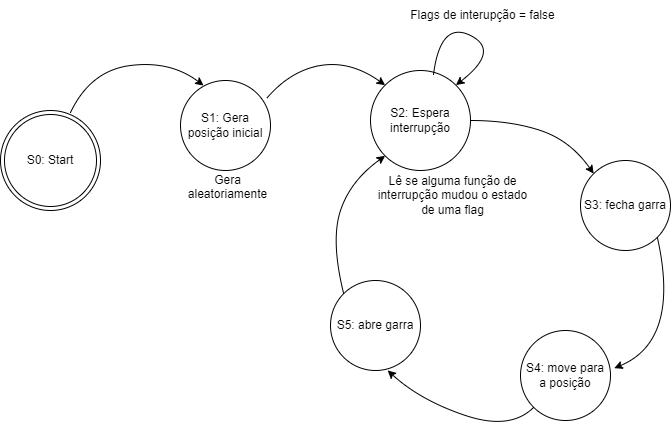
Earlier version of the draw.io export dte.png (DeivisonLuan/Robo-garra). Source tidied: cells renumbered, new cells last; positions are measured from the earlier drawing's top-left corner, leaving out a move shared by most shapes.
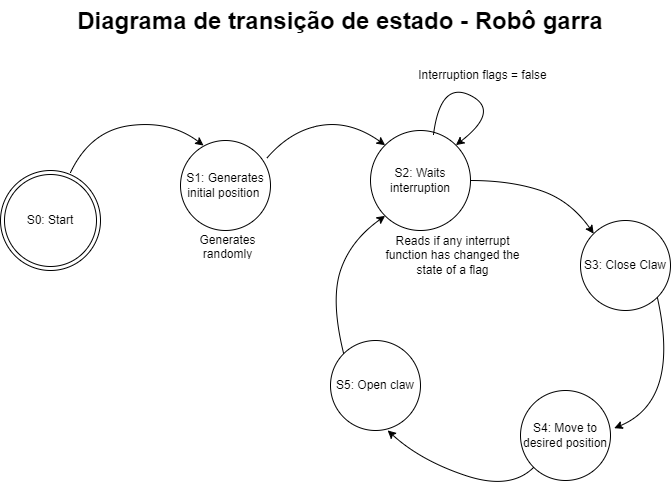
Above is the later version.

Change to the diagram source:
```diff
@@ -5,19 +5,19 @@
     <mxCell id="2" value="S0: Start" style="ellipse;shape=doubleEllipse;whiteSpace=wrap;html=1;direction=south;" parent="1" vertex="1">
       <mxGeometry y="110" width="100" height="100" as="geometry" />
     </mxCell>
-    <mxCell id="3" value="S1: Gera posição inicial" style="ellipse;whiteSpace=wrap;html=1;" parent="1" vertex="1">
+    <mxCell id="3" value="S1: Generates initial position&amp;nbsp;" style="ellipse;whiteSpace=wrap;html=1;" parent="1" vertex="1">
       <mxGeometry x="180" y="80" width="90" height="90" as="geometry" />
     </mxCell>
-    <mxCell id="4" value="S2: Espera interrupção" style="ellipse;whiteSpace=wrap;html=1;" parent="1" vertex="1">
+    <mxCell id="4" value="S2: Waits interruption" style="ellipse;whiteSpace=wrap;html=1;" parent="1" vertex="1">
       <mxGeometry x="370" y="70" width="100" height="100" as="geometry" />
     </mxCell>
-    <mxCell id="5" value="S3: fecha garra" style="ellipse;whiteSpace=wrap;html=1;" parent="1" vertex="1">
+    <mxCell id="5" value="S3: Close Claw" style="ellipse;whiteSpace=wrap;html=1;" parent="1" vertex="1">
       <mxGeometry x="580" y="160" width="90" height="90" as="geometry" />
     </mxCell>
-    <mxCell id="6" value="S4: move para a posição" style="ellipse;whiteSpace=wrap;html=1;" parent="1" vertex="1">
+    <mxCell id="6" value="S4: Move to desired position" style="ellipse;whiteSpace=wrap;html=1;" parent="1" vertex="1">
       <mxGeometry x="520" y="330" width="90" height="90" as="geometry" />
     </mxCell>
-    <mxCell id="7" value="S5: abre garra" style="ellipse;whiteSpace=wrap;html=1;" parent="1" vertex="1">
+    <mxCell id="7" value="S5: Open claw" style="ellipse;whiteSpace=wrap;html=1;" parent="1" vertex="1">
       <mxGeometry x="330" y="280" width="90" height="90" as="geometry" />
     </mxCell>
     <mxCell id="8" style="curved=1;endArrow=classic;html=1;entryX=0;entryY=1;entryDx=0;entryDy=0;exitX=0;exitY=0;exitDx=0;exitDy=0;" parent="1" edge="1" source="7" target="4">
@@ -75,14 +75,17 @@
         </Array>
       </mxGeometry>
     </mxCell>
-    <mxCell id="15" value="Gera aleatoriamente" style="text;strokeColor=none;fillColor=none;align=center;verticalAlign=middle;spacingLeft=4;spacingRight=4;overflow=hidden;whiteSpace=wrap;html=1;" parent="1" vertex="1">
+    <mxCell id="15" value="Generates randomly" style="text;strokeColor=none;fillColor=none;align=center;verticalAlign=middle;spacingLeft=4;spacingRight=4;overflow=hidden;whiteSpace=wrap;html=1;" parent="1" vertex="1">
       <mxGeometry x="180" y="170" width="95" height="30" as="geometry" />
     </mxCell>
-    <mxCell id="16" value="Flags de interupção = false" style="text;strokeColor=none;fillColor=none;align=center;verticalAlign=middle;spacingLeft=4;spacingRight=4;overflow=hidden;whiteSpace=wrap;html=1;" parent="1" vertex="1">
+    <mxCell id="16" value="Interruption flags = false" style="text;strokeColor=none;fillColor=none;align=center;verticalAlign=middle;spacingLeft=4;spacingRight=4;overflow=hidden;whiteSpace=wrap;html=1;" parent="1" vertex="1">
       <mxGeometry x="400" width="165" height="30" as="geometry" />
     </mxCell>
-    <mxCell id="17" value="Lê se alguma função de interrupção mudou o estado de uma flag" style="text;strokeColor=none;fillColor=none;align=center;verticalAlign=middle;spacingLeft=4;spacingRight=4;overflow=hidden;whiteSpace=wrap;html=1;" parent="1" vertex="1">
+    <mxCell id="17" value="Reads if any interrupt function has changed the state of a flag" style="text;strokeColor=none;fillColor=none;align=center;verticalAlign=middle;spacingLeft=4;spacingRight=4;overflow=hidden;whiteSpace=wrap;html=1;" parent="1" vertex="1">
       <mxGeometry x="370" y="170" width="165" height="50" as="geometry" />
     </mxCell>
+    <mxCell id="18" value="&lt;h1 style=&quot;margin-top: 0px;&quot;&gt;Diagrama de transição de estado - Robô garra&lt;/h1&gt;" style="text;html=1;whiteSpace=wrap;overflow=hidden;rounded=0;align=center;" parent="1" vertex="1">
+      <mxGeometry x="70" y="-60" width="540" height="60" as="geometry" />
+    </mxCell>
   </root>
 </mxGraphModel>
```
